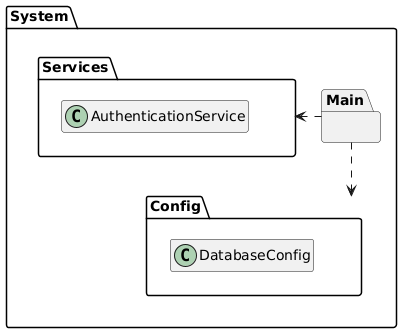
This is diagrams/out/package-diagram/Package Diagram.png from NathanGrenier/SOEN-342-Project, a PlantUML export, as it was before one commit. Its diagram source:
```plantuml
@startuml Package Diagram
hide empty members
skinparam linetype ortho

package System {
    package Main {}

    package Config {
        class DatabaseConfig {}
    }

    package Services {
        class AuthenticationService {}
    }
}

Main ..> Config
Main .> Services
@enduml
```
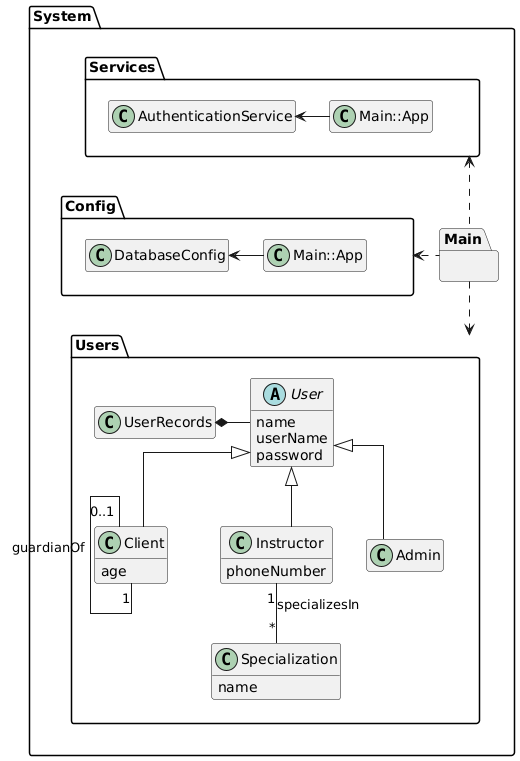
Above is the later version.

Commit message:
2: made changes/simplifications to the domain and package models.

The edit, as a diff of the source:
```diff
@@ -1,4 +1,4 @@
-@startuml Package Diagram
+@startuml
 hide empty members
 skinparam linetype ortho
 
@@ -7,13 +7,47 @@
 
     package Config {
         class DatabaseConfig {}
+        class App as "Main::App"
+
+        DatabaseConfig <- App
     }
 
     package Services {
         class AuthenticationService {}
+        class App as "Main::App"
+
+        AuthenticationService <- App
+    }
+
+    package Users {
+        abstract User {
+            name
+            userName
+            password
+        }
+        class Client {
+            age
+        }
+        class Specialization {
+            name
+        }
+        class Instructor {
+            phoneNumber
+        }
+        class Admin {}
+
+        User <|-- Client
+        User <|-- Instructor
+        User <|-- Admin
+        UserRecords *- User
+
+        Client "0..1" -- "1" Client: guardianOf
+
+        Instructor "1" -- "*" Specialization: specializesIn
     }
 }
 
-Main ..> Config
-Main .> Services
+Main .left.> Config
+Main .up.> Services
+Main .down.> Users
 @enduml
```
